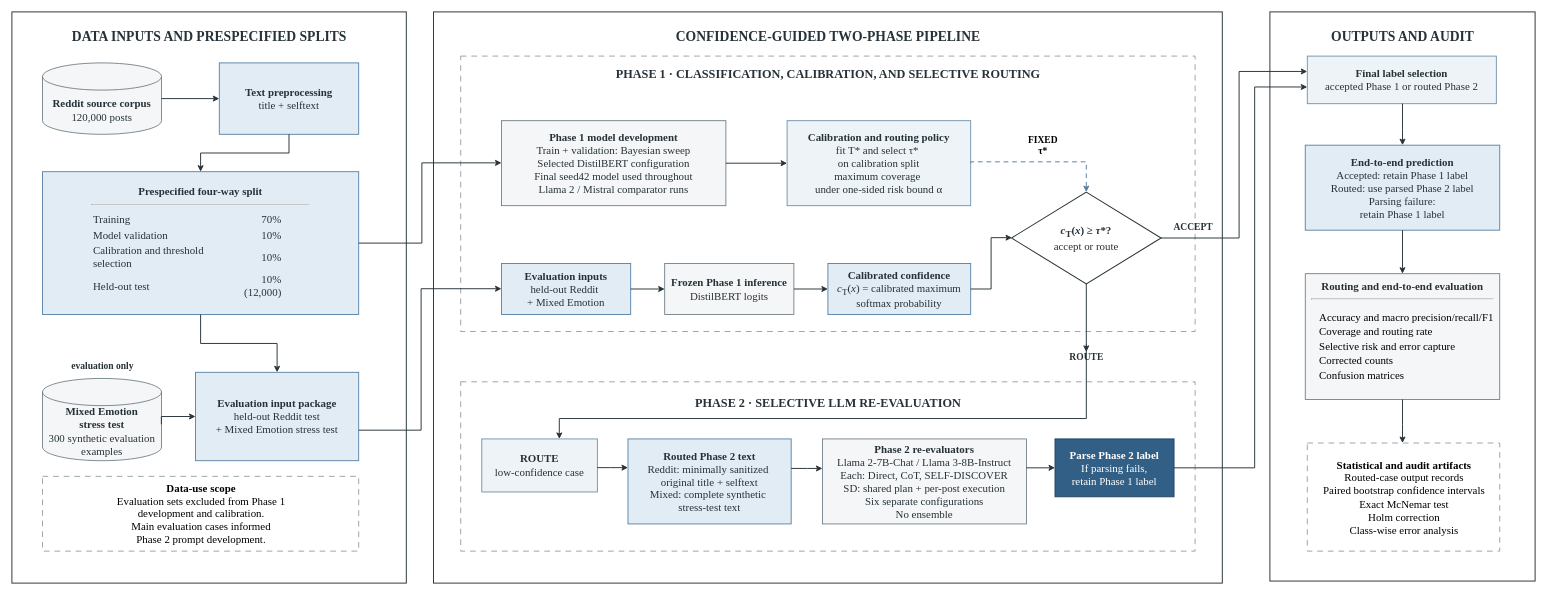
Earlier version of the draw.io diagram reports/verified_manuscript_20260930/figures/architecture_figure_publication_final.drawio (WoojinPark-Jay/confidence-guided-llm-reasoning-depression-risk-emotion). Source tidied: cells renumbered, new cells numbered last; positions are measured from the earlier drawing's top-left corner, leaving out a move shared by most shapes. Both pictures are drawn from the tidied source at 68%, with x=0, y=0 at pixel (12, 12).
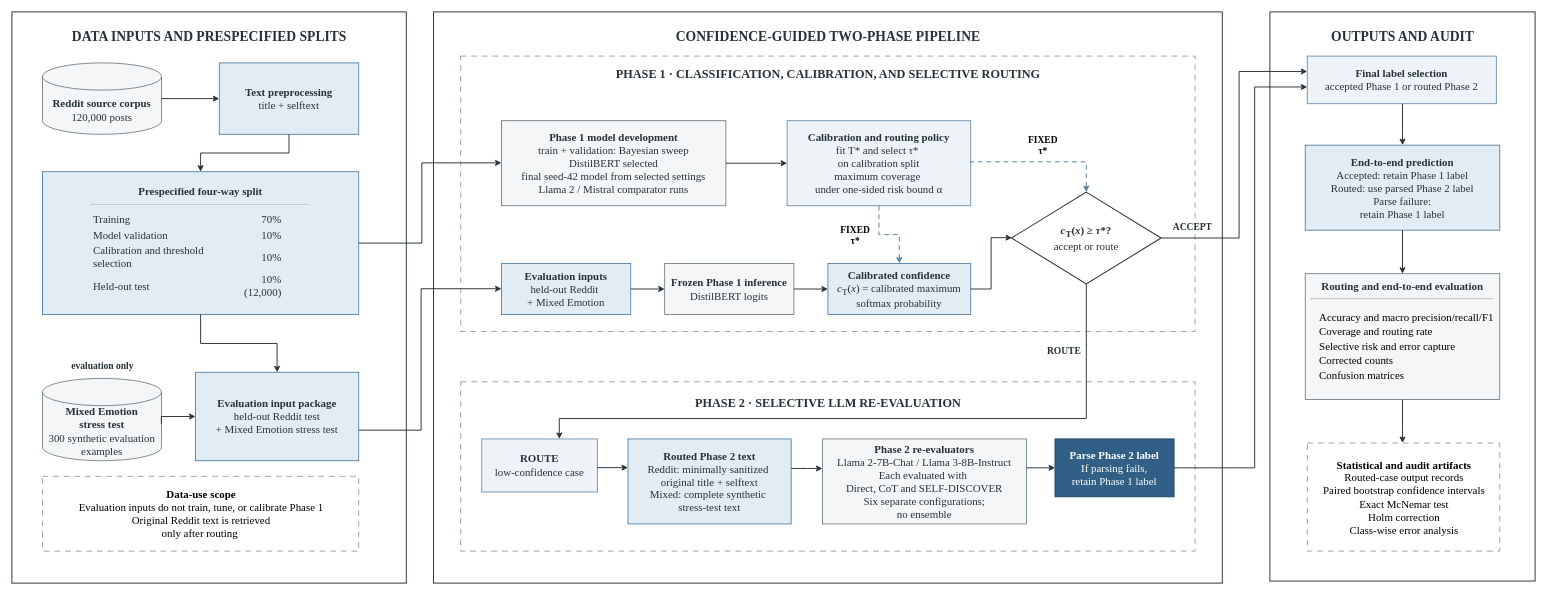
After the change.

The change refers to these unchanged cells:
```xml
<mxCell id="17" value="&lt;b&gt;Calibration and routing policy&lt;/b&gt;&lt;br&gt;&lt;font&gt;fit T* and select τ*&amp;nbsp;&lt;/font&gt;&lt;div&gt;&lt;font&gt;on calibration split&lt;/font&gt;&lt;br&gt;&lt;font&gt;maximum coverage&amp;nbsp;&lt;/font&gt;&lt;/div&gt;&lt;div&gt;&lt;font&gt;under&amp;nbsp;&lt;/font&gt;one-sided risk bound α&lt;/div&gt;" style="rounded=0;html=1;whiteSpace=wrap;fillColor=#EEF3F7;strokeColor=#6C8EAB;strokeWidth=1.3;fontSize=16;fontFamily=Times New Roman;fontColor=#263238;align=center;verticalAlign=middle;" parent="1" vertex="1">
  <mxGeometry x="1140" y="160" width="270" height="125" as="geometry" />
</mxCell>
<mxCell id="20" value="&lt;b&gt;Calibrated confidence&lt;/b&gt;&lt;br&gt;&lt;span&gt;&lt;i&gt;c&lt;/i&gt;&lt;sub&gt;T&lt;/sub&gt;(&lt;i&gt;x&lt;/i&gt;) = calibrated maximum&lt;br&gt;softmax probability&lt;/span&gt;" style="rounded=0;html=1;whiteSpace=wrap;fillColor=#E2ECF4;strokeColor=#547EA2;strokeWidth=1.3;fontSize=16;fontFamily=Times New Roman;fontColor=#263238;align=center;verticalAlign=middle;" parent="1" vertex="1">
  <mxGeometry x="1200" y="370" width="210" height="75" as="geometry" />
</mxCell>
<mxCell id="21" value="&lt;b&gt;&lt;i&gt;c&lt;/i&gt;&lt;sub&gt;T&lt;/sub&gt;(&lt;i&gt;x&lt;/i&gt;) ≥ &lt;i&gt;τ&lt;/i&gt;*?&lt;/b&gt;&lt;br&gt;&lt;span&gt;accept or route&lt;/span&gt;" style="rhombus;html=1;whiteSpace=wrap;fillColor=#FFFFFF;strokeColor=#263238;strokeWidth=1.5;fontSize=16;fontFamily=Times New Roman;fontColor=#263238;align=center;verticalAlign=middle;" parent="1" vertex="1">
  <mxGeometry x="1470" y="265" width="220" height="135" as="geometry" />
</mxCell>
```

The edit, as a diff of the source:
```diff
@@
-    <mxCell id="13" value="&lt;font face=&quot;Times New Roman&quot;&gt;&lt;b&gt;Data-use scope&lt;/b&gt;&lt;br&gt;Evaluation sets excluded from Phase 1&lt;br&gt;development and calibration.&lt;br&gt;Main evaluation cases informed&lt;br&gt;Phase 2 prompt development.&lt;/font&gt;" style="rounded=0;html=1;fillColor=none;strokeColor=#87939B;strokeWidth=1.2;dashed=1;dashPattern=7 6;fontSize=16;" parent="1" vertex="1">
+    <mxCell id="13" value="&lt;font face=&quot;Times New Roman&quot;&gt;&lt;b&gt;Data-use scope&lt;/b&gt;&lt;br&gt;Evaluation inputs do not train, tune, or calibrate Phase 1&lt;br&gt;Original Reddit text is retrieved&lt;/font&gt;&lt;div&gt;&lt;font face=&quot;Times New Roman&quot;&gt;only after routing&amp;nbsp;&lt;/font&gt;&lt;/div&gt;" style="rounded=0;html=1;fillColor=none;strokeColor=#87939B;strokeWidth=1.2;dashed=1;dashPattern=7 6;fontSize=16;" parent="1" vertex="1">
       <mxGeometry x="45" y="683" width="465" height="110" as="geometry" />
     </mxCell>
@@
-    <mxCell id="16" value="&lt;font face=&quot;Times New Roman&quot;&gt;&lt;b&gt;Phase 1 model development&lt;/b&gt;&lt;br&gt;Train + validation: Bayesian sweep&lt;br&gt;Selected DistilBERT configuration&lt;br&gt;Final seed42 model used throughout&lt;br&gt;Llama 2 / Mistral comparator runs&lt;/font&gt;" style="rounded=0;html=1;whiteSpace=wrap;fillColor=#F4F6F7;strokeColor=#65747D;strokeWidth=1.2;fontSize=16;fontFamily=Times New Roman;fontColor=#263238;align=center;verticalAlign=middle;" parent="1" vertex="1">
+    <mxCell id="16" value="&lt;font face=&quot;Times New Roman&quot;&gt;&lt;b&gt;Phase 1 model development&lt;/b&gt;&lt;br&gt;train + validation: Bayesian sweep&lt;br&gt;DistilBERT selected&lt;br&gt;final seed-42 model from selected settings&lt;br&gt;Llama 2 / Mistral comparator runs&lt;/font&gt;" style="rounded=0;html=1;whiteSpace=wrap;fillColor=#F4F6F7;strokeColor=#65747D;strokeWidth=1.2;fontSize=16;fontFamily=Times New Roman;fontColor=#263238;align=center;verticalAlign=middle;" parent="1" vertex="1">
       <mxGeometry x="720" y="160" width="330" height="125" as="geometry" />
     </mxCell>
@@
-    <mxCell id="26" value="&lt;font face=&quot;Times New Roman&quot;&gt;&lt;b&gt;Phase 2 re-evaluators&lt;/b&gt;&lt;br&gt;Llama 2-7B-Chat / Llama 3-8B-Instruct&lt;br&gt;Each: Direct, CoT, SELF-DISCOVER&lt;br&gt;SD: shared plan + per-post execution&lt;br&gt;Six separate configurations&lt;br&gt;No ensemble&lt;/font&gt;" style="rounded=0;html=1;whiteSpace=wrap;fillColor=#F4F6F7;strokeColor=#65747D;strokeWidth=1.2;fontSize=16;fontFamily=Times New Roman;fontColor=#263238;align=center;verticalAlign=middle;" parent="1" vertex="1">
+    <mxCell id="26" value="&lt;font face=&quot;Times New Roman&quot;&gt;&lt;b&gt;Phase 2 re-evaluators&lt;/b&gt;&lt;br&gt;Llama 2-7B-Chat / Llama 3-8B-Instruct&lt;br&gt;Each evaluated with&amp;nbsp;&lt;/font&gt;&lt;div&gt;&lt;font face=&quot;Times New Roman&quot;&gt;Direct, CoT and SELF-DISCOVER&lt;br&gt;Six separate configurations;&lt;br&gt;no ensemble&lt;/font&gt;&lt;/div&gt;" style="rounded=0;html=1;whiteSpace=wrap;fillColor=#F4F6F7;strokeColor=#65747D;strokeWidth=1.2;fontSize=16;fontFamily=Times New Roman;fontColor=#263238;align=center;verticalAlign=middle;" parent="1" vertex="1">
       <mxGeometry x="1192" y="628" width="300" height="125" as="geometry" />
     </mxCell>
-    <mxCell id="27" value="&lt;font face=&quot;Times New Roman&quot; color=&quot;#FFFFFF&quot;&gt;&lt;b&gt;Parse Phase 2 label&lt;/b&gt;&lt;br&gt;If parsing fails,&lt;br&gt;retain Phase 1 label&lt;/font&gt;" style="rounded=0;html=1;whiteSpace=wrap;fillColor=#315F86;strokeColor=#234866;strokeWidth=1.5;fontSize=16;fontFamily=Times New Roman;align=center;verticalAlign=middle;" parent="1" vertex="1">
+    <mxCell id="27" value="&lt;font face=&quot;Times New Roman&quot; color=&quot;#FFFFFF&quot;&gt;&lt;b&gt;Parse Phase 2 label&lt;/b&gt;&lt;br&gt;If parsing fails,&lt;/font&gt;&lt;div&gt;&lt;div&gt;&lt;font face=&quot;Times New Roman&quot; color=&quot;#FFFFFF&quot;&gt;retain Phase 1 label&lt;/font&gt;&lt;/div&gt;&lt;/div&gt;" style="rounded=0;html=1;whiteSpace=wrap;fillColor=#315F86;strokeColor=#234866;strokeWidth=1.5;fontSize=16;fontFamily=Times New Roman;align=center;verticalAlign=middle;" parent="1" vertex="1">
       <mxGeometry x="1534" y="628" width="175" height="85" as="geometry" />
     </mxCell>
-    <mxCell id="28" value="&lt;font face=&quot;Times New Roman&quot;&gt;&lt;b&gt;End-to-end prediction&lt;/b&gt;&lt;br&gt;Accepted: retain Phase 1 label&lt;br&gt;Routed: use parsed Phase 2 label&lt;br&gt;Parsing failure:&lt;br&gt;retain Phase 1 label&lt;/font&gt;" style="rounded=0;html=1;whiteSpace=wrap;fillColor=#E2ECF4;strokeColor=#547EA2;strokeWidth=1.3;fontSize=16;fontFamily=Times New Roman;fontColor=#263238;align=center;verticalAlign=middle;" parent="1" vertex="1">
+    <mxCell id="28" value="&lt;font face=&quot;Times New Roman&quot;&gt;&lt;b&gt;End-to-end prediction&lt;/b&gt;&lt;br&gt;Accepted: retain Phase 1 label&lt;br&gt;Routed: use parsed Phase 2 label&lt;br&gt;Parse failure:&lt;br&gt;retain Phase 1 label&lt;/font&gt;" style="rounded=0;html=1;whiteSpace=wrap;fillColor=#E2ECF4;strokeColor=#547EA2;strokeWidth=1.3;fontSize=16;fontFamily=Times New Roman;fontColor=#263238;align=center;verticalAlign=middle;" parent="1" vertex="1">
       <mxGeometry x="1902" y="196" width="286" height="125" as="geometry" />
     </mxCell>
@@
     <mxCell id="34" value="ACCEPT" style="text;html=1;align=center;verticalAlign=middle;fontFamily=Times New Roman;fontColor=#263238;fontSize=14;fontStyle=1;" parent="1" vertex="1">
-      <mxGeometry x="1702" y="308" width="70" height="18" as="geometry" />
+      <mxGeometry x="1701" y="308" width="70" height="18" as="geometry" />
     </mxCell>
@@
-    <mxCell id="57" style="edgeStyle=orthogonalEdgeStyle;html=1;rounded=0;strokeColor=#263238;strokeWidth=1.4;endArrow=classic;endFill=1;fontFamily=Times New Roman;fontColor=#263238;fontSize=11;" parent="1" edge="1" source="21" target="58">
+    <mxCell id="57" style="edgeStyle=orthogonalEdgeStyle;html=1;rounded=0;strokeColor=#263238;strokeWidth=1.4;endArrow=none;endFill=0;fontFamily=Times New Roman;fontColor=#263238;fontSize=11;" parent="1" edge="1" source="21" target="58">
       <mxGeometry relative="1" as="geometry">
         <Array as="points">
           <mxPoint x="1580" y="400" />
         </Array>
       </mxGeometry>
     </mxCell>
     <mxCell id="58" value="ROUTE" style="text;html=1;align=center;verticalAlign=middle;fontFamily=Times New Roman;fontColor=#263238;fontSize=14;fontStyle=1;" parent="1" vertex="1">
-      <mxGeometry x="1545" y="500" width="70" height="18" as="geometry" />
+      <mxGeometry x="1512" y="490" width="70" height="18" as="geometry" />
     </mxCell>
@@
+    <mxCell id="60" style="edgeStyle=orthogonalEdgeStyle;html=1;rounded=0;strokeColor=#263238;strokeWidth=1.4;endArrow=classic;endFill=1;fontFamily=Times New Roman;fontColor=#263238;fontSize=11;dashed=1;dashPattern=5 4;strokeColor=#547EA2;entryX=0.5;entryY=0;entryDx=0;entryDy=0;exitX=0.5;exitY=1;exitDx=0;exitDy=0;" parent="1" edge="1" source="17" target="20">
+      <mxGeometry relative="1" as="geometry" />
+    </mxCell>
+    <mxCell id="61" value="&lt;div style=&quot;&quot;&gt;&lt;span style=&quot;caret-color: rgb(0, 0, 0); color: rgb(0, 0, 0); white-space: normal;&quot;&gt;FIXED τ*&lt;/span&gt;&lt;/div&gt;&lt;div style=&quot;&quot;&gt;&lt;span style=&quot;caret-color: rgb(0, 0, 0); color: rgb(0, 0, 0); white-space: normal;&quot;&gt;&lt;br&gt;&lt;/span&gt;&lt;/div&gt;&lt;div style=&quot;text-align: left;&quot;&gt;&lt;span style=&quot;caret-color: rgb(0, 0, 0); color: rgb(0, 0, 0); white-space: normal;&quot;&gt;&lt;br&gt;&lt;/span&gt;&lt;/div&gt;&lt;div&gt;&lt;code style=&quot;caret-color: rgb(0, 0, 0); color: rgb(0, 0, 0); white-space: normal;&quot;&gt;&lt;font face=&quot;Times New Roman&quot;&gt;&lt;br&gt;&lt;/font&gt;&lt;/code&gt;&lt;/div&gt;" style="text;html=1;align=center;verticalAlign=middle;fontFamily=Times New Roman;fontColor=#263238;fontSize=14;fontStyle=1;" parent="1" vertex="1">
+      <mxGeometry x="1205" y="346" width="70" height="18" as="geometry" />
+    </mxCell>
+    <mxCell id="62" style="edgeStyle=orthogonalEdgeStyle;rounded=0;orthogonalLoop=1;jettySize=auto;html=1;innerLoopWaypoints=1;exitX=0.5;exitY=1;exitDx=0;exitDy=0;" parent="1" edge="1" source="58" target="58">
+      <mxGeometry relative="1" as="geometry" />
+    </mxCell>
```
